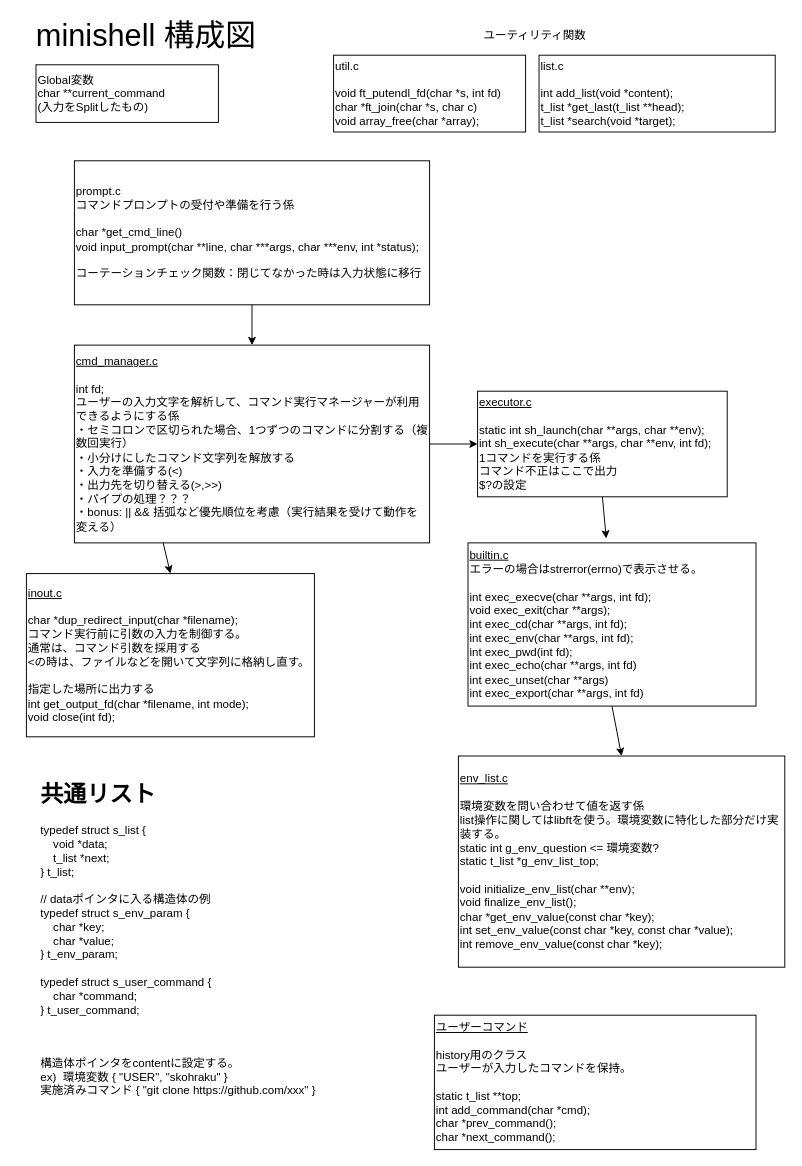
Before: page "構成図" (1 of 2) of diagram.drawio in Toshiki-Nakamura/minishell, a draw.io diagram. Source tidied: cells renumbered, new cells numbered last; positions are measured from the earlier drawing's top-left corner, leaving out a move shared by most shapes. Both pictures are drawn from the tidied source at 96%, with x=0, y=0 at pixel (16, 16).
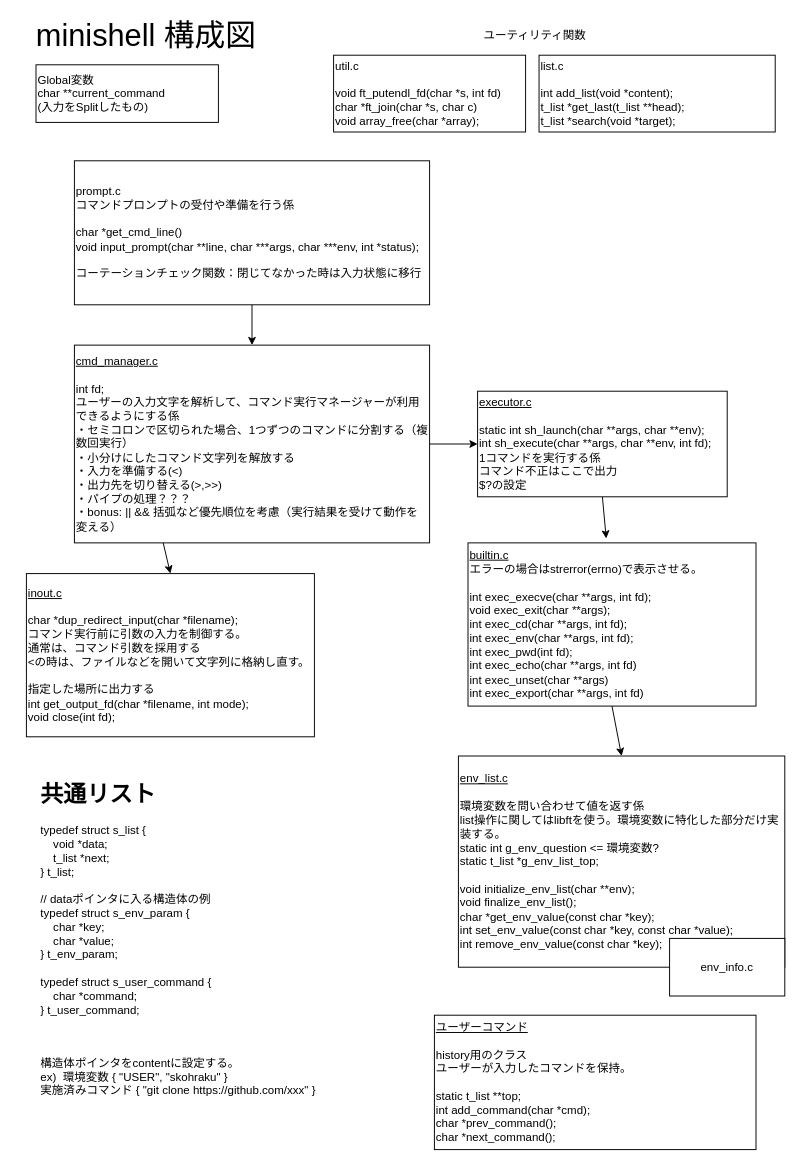
Above is the later version.

Change to the diagram source:
```diff
@@
+    <mxCell id="20" value="env_info.c" style="rounded=0;whiteSpace=wrap;html=1;" parent="1" vertex="1">
+      <mxGeometry x="680" y="960" width="120" height="60" as="geometry" />
+    </mxCell>
```
